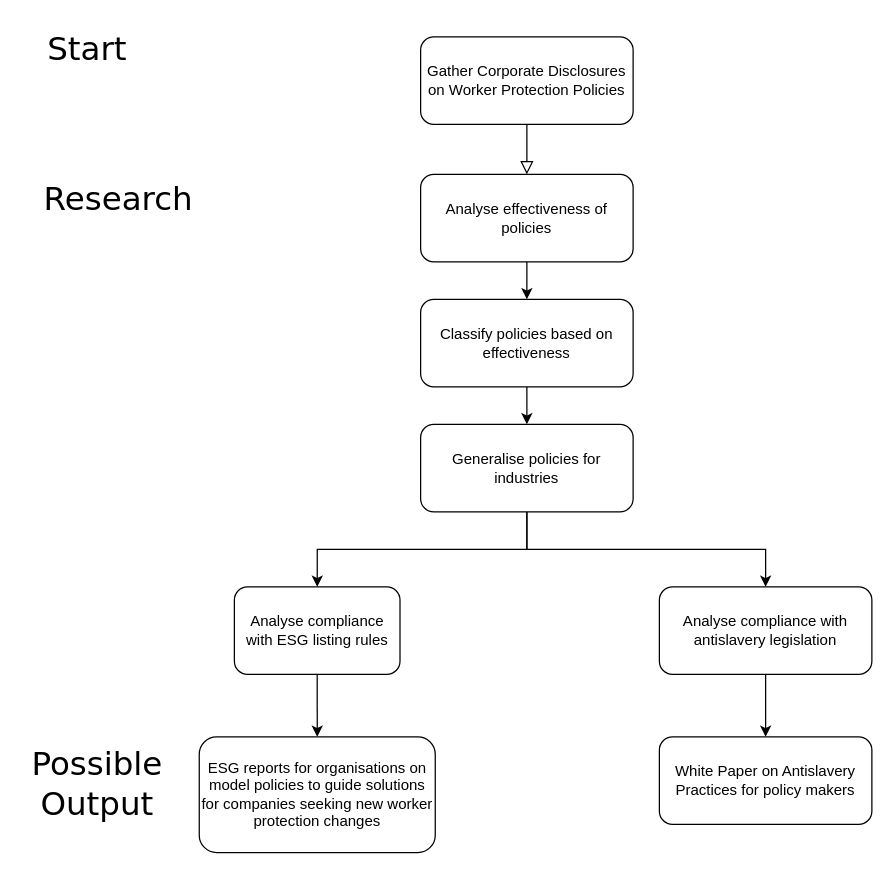
Jeffreyhkt/jeffreyr keeps this draw.io diagram as Untitled Diagram.drawio. Above is the earlier version. Source tidied: cells renumbered, new cells numbered last; positions are measured from the earlier drawing's top-left corner, leaving out a move shared by most shapes. Both pictures are drawn from the tidied source at 125%, with x=0, y=0 at pixel (21, 24).
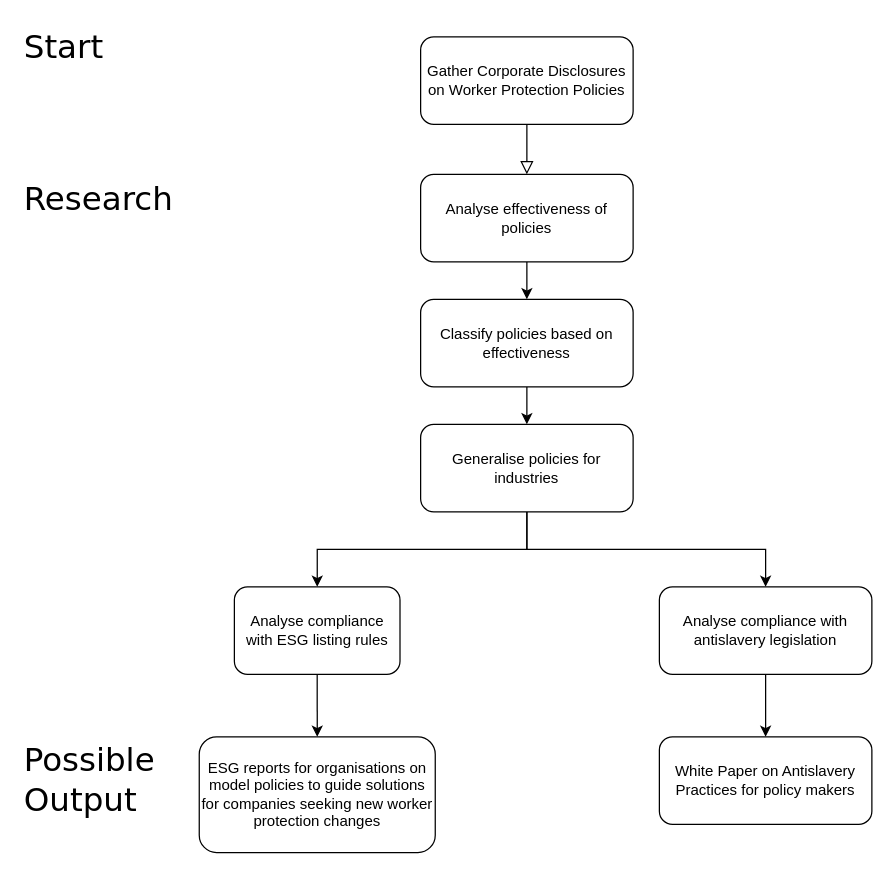
The same page after the edit.

The edit, as a diff of the source:
```diff
@@
 <mxGraphModel>
   <root>
     <mxCell id="0" />
     <mxCell id="1" parent="0" />
     <mxCell id="2" style="rounded=0;html=1;jettySize=auto;fontSize=11;endArrow=block;endFill=0;endSize=8;strokeWidth=1;shadow=0;labelBackgroundColor=none;edgeStyle=orthogonalEdgeStyle;entryX=0.5;entryY=0;entryDx=0;entryDy=0;" parent="1" edge="1" source="3" target="5">
       <mxGeometry relative="1" as="geometry" />
     </mxCell>
     <mxCell id="3" value="Gather Corporate Disclosures on Worker Protection Policies" style="rounded=1;whiteSpace=wrap;html=1;fontSize=12;glass=0;strokeWidth=1;shadow=0;" parent="1" vertex="1">
       <mxGeometry x="319" y="10" width="170" height="70" as="geometry" />
     </mxCell>
     <mxCell id="4" style="edgeStyle=orthogonalEdgeStyle;rounded=0;jettySize=auto;html=1;exitX=0.5;exitY=1;exitDx=0;exitDy=0;" parent="1" edge="1" source="5" target="7">
       <mxGeometry relative="1" as="geometry" />
     </mxCell>
     <mxCell id="5" value="Analyse effectiveness of policies" style="rounded=1;whiteSpace=wrap;html=1;fontSize=12;glass=0;strokeWidth=1;shadow=0;" parent="1" vertex="1">
       <mxGeometry x="319" y="120" width="170" height="70" as="geometry" />
     </mxCell>
     <mxCell id="6" style="edgeStyle=orthogonalEdgeStyle;rounded=0;jettySize=auto;html=1;exitX=0.5;exitY=1;exitDx=0;exitDy=0;entryX=0.5;entryY=0;entryDx=0;entryDy=0;" parent="1" edge="1" source="7" target="10">
       <mxGeometry relative="1" as="geometry" />
     </mxCell>
     <mxCell id="7" value="Classify policies based on effectiveness" style="rounded=1;whiteSpace=wrap;html=1;fontSize=12;glass=0;strokeWidth=1;shadow=0;" parent="1" vertex="1">
       <mxGeometry x="319" y="220" width="170" height="70" as="geometry" />
     </mxCell>
     <mxCell id="8" style="edgeStyle=orthogonalEdgeStyle;rounded=0;jettySize=auto;html=1;exitX=0.5;exitY=1;exitDx=0;exitDy=0;" parent="1" edge="1" source="10" target="12">
       <mxGeometry relative="1" as="geometry" />
     </mxCell>
     <mxCell id="9" style="edgeStyle=orthogonalEdgeStyle;rounded=0;jettySize=auto;html=1;exitX=0.5;exitY=1;exitDx=0;exitDy=0;entryX=0.5;entryY=0;entryDx=0;entryDy=0;" parent="1" edge="1" source="10" target="16">
       <mxGeometry relative="1" as="geometry" />
     </mxCell>
     <mxCell id="10" value="Generalise policies for industries" style="rounded=1;whiteSpace=wrap;html=1;fontSize=12;glass=0;strokeWidth=1;shadow=0;" parent="1" vertex="1">
       <mxGeometry x="319" y="320" width="170" height="70" as="geometry" />
     </mxCell>
     <mxCell id="11" style="edgeStyle=orthogonalEdgeStyle;rounded=0;jettySize=auto;html=1;exitX=0.5;exitY=1;exitDx=0;exitDy=0;entryX=0.5;entryY=0;entryDx=0;entryDy=0;" parent="1" edge="1" source="12" target="13">
       <mxGeometry relative="1" as="geometry" />
     </mxCell>
     <mxCell id="12" value="Analyse compliance with ESG listing rules" style="rounded=1;whiteSpace=wrap;html=1;fontSize=12;glass=0;strokeWidth=1;shadow=0;" parent="1" vertex="1">
       <mxGeometry x="170" y="450" width="132.5" height="70" as="geometry" />
     </mxCell>
     <mxCell id="13" value="ESG reports for organisations on model policies to guide solutions for companies seeking new worker protection changes" style="rounded=1;whiteSpace=wrap;html=1;fontSize=12;glass=0;strokeWidth=1;shadow=0;" parent="1" vertex="1">
       <mxGeometry x="141.9" y="570" width="188.8" height="92.5" as="geometry" />
     </mxCell>
     <mxCell id="14" value="White Paper on Antislavery Practices for policy makers" style="rounded=1;whiteSpace=wrap;html=1;fontSize=12;glass=0;strokeWidth=1;shadow=0;" parent="1" vertex="1">
       <mxGeometry x="510" y="570" width="170" height="70" as="geometry" />
     </mxCell>
     <mxCell id="15" style="edgeStyle=orthogonalEdgeStyle;rounded=0;jettySize=auto;html=1;exitX=0.5;exitY=1;exitDx=0;exitDy=0;entryX=0.5;entryY=0;entryDx=0;entryDy=0;" parent="1" edge="1" source="16" target="14">
       <mxGeometry relative="1" as="geometry" />
     </mxCell>
     <mxCell id="16" value="Analyse compliance with antislavery legislation" style="rounded=1;whiteSpace=wrap;html=1;fontSize=12;glass=0;strokeWidth=1;shadow=0;" parent="1" vertex="1">
       <mxGeometry x="510" y="450" width="170" height="70" as="geometry" />
     </mxCell>
-    <mxCell id="17" value="Start" style="text;html=1;align=center;verticalAlign=middle;fontFamily=Verdana;fontSize=26;" parent="1" vertex="1">
-      <mxGeometry x="11.9" width="80" height="40" as="geometry" />
+    <mxCell id="17" value="Start" style="text;html=1;align=left;verticalAlign=middle;fontFamily=Verdana;fontSize=26;" parent="1" vertex="1">
+      <mxGeometry y="-2.5" width="80" height="40" as="geometry" />
     </mxCell>
-    <mxCell id="18" value="Research" style="text;html=1;align=center;verticalAlign=middle;fontFamily=Verdana;fontSize=26;" parent="1" vertex="1">
-      <mxGeometry x="11.9" y="120" width="130" height="40" as="geometry" />
+    <mxCell id="18" value="Research" style="text;html=1;align=left;verticalAlign=middle;fontFamily=Verdana;fontSize=26;" parent="1" vertex="1">
+      <mxGeometry y="120" width="130" height="40" as="geometry" />
     </mxCell>
-    <mxCell id="19" value="Possible &lt;br&gt;Output" style="text;html=1;align=center;verticalAlign=middle;fontFamily=Verdana;fontSize=26;" parent="1" vertex="1">
-      <mxGeometry y="572.5" width="120" height="70" as="geometry" />
+    <mxCell id="19" value="Possible &lt;br&gt;Output" style="text;html=1;align=left;verticalAlign=middle;fontFamily=Verdana;fontSize=26;" parent="1" vertex="1">
+      <mxGeometry y="570" width="120" height="70" as="geometry" />
     </mxCell>
   </root>
 </mxGraphModel>
```
